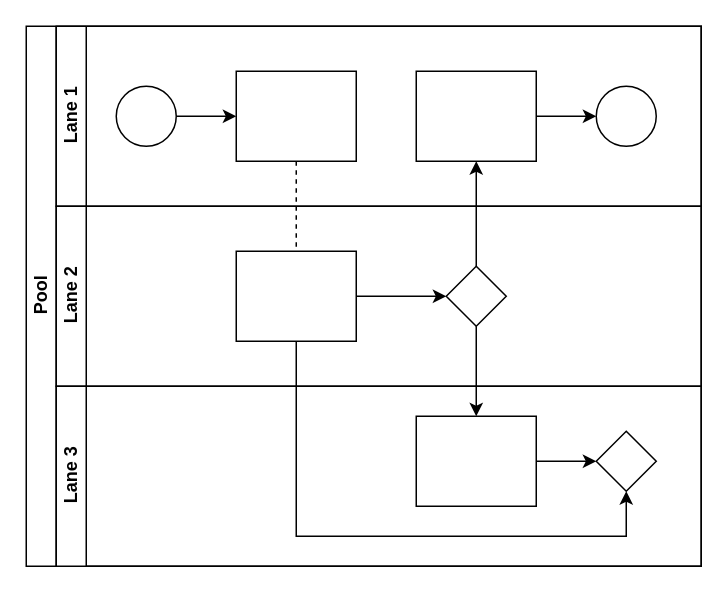
linkun199011/draw-io keeps this draw.io diagram as 未命名绘图.drawio. Above is the earlier version. Source tidied: cells renumbered, new cells numbered last; positions are measured from the earlier drawing's top-left corner, leaving out a move shared by most shapes. Both pictures are drawn from the tidied source at 150%, with x=0, y=0 at pixel (26, 26).
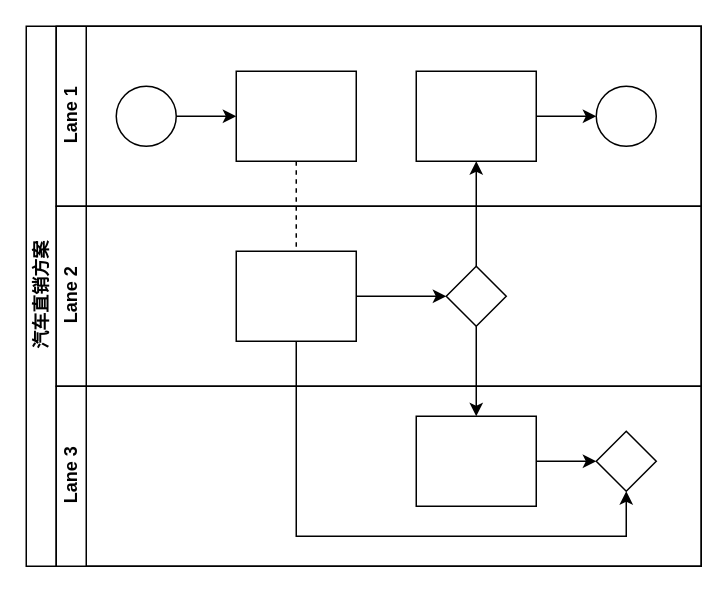
The same diagram, later.

Commit message:
汽车直销方案.drawio

The edit, as a diff of the source:
```diff
@@
-    <mxCell id="2" value="Pool" style="swimlane;html=1;horizontal=0;startSize=20;" parent="1" vertex="1">
+    <mxCell id="2" value="汽车直销方案" style="swimlane;html=1;horizontal=0;startSize=20;" parent="1" vertex="1">
       <mxGeometry width="450" height="360" as="geometry" />
     </mxCell>
```
